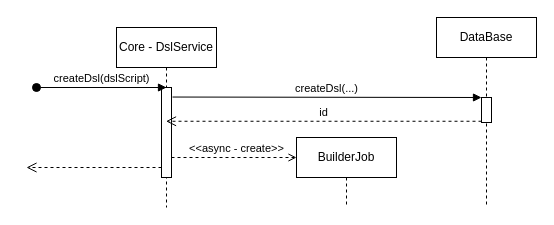
Tiegris/KonstrainR keeps this draw.io diagram as page "Copy of Page-2" (4 of 4) of doc/src/content/75_implementation/process.drawio. Above is the earlier version. Source tidied: cells renumbered, new cells numbered last; positions are measured from the earlier drawing's top-left corner, leaving out a move shared by most shapes. Both pictures are drawn from the tidied source at 100%, with x=0, y=0 at pixel (26, 17).
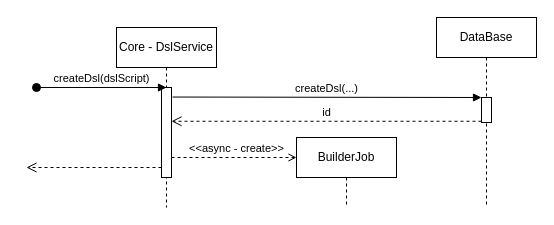
The same page after the edit.

The edit, as a diff of the source:
```diff
@@
 <mxGraphModel>
   <root>
     <mxCell id="0" />
     <mxCell id="1" parent="0" />
     <mxCell id="2" value="Core - DslService" style="shape=umlLifeline;perimeter=lifelinePerimeter;whiteSpace=wrap;html=1;outlineConnect=0;" parent="1" vertex="1">
       <mxGeometry x="90" y="10" width="100" height="180" as="geometry" />
     </mxCell>
     <mxCell id="3" style="html=1;points=[];perimeter=orthogonalPerimeter;" parent="2" vertex="1">
       <mxGeometry x="45" y="60" width="10" height="90" as="geometry" />
     </mxCell>
     <mxCell id="4" value="createDsl(dslScript)" style="html=1;verticalAlign=bottom;startArrow=oval;endArrow=block;startSize=8;" parent="2" edge="1">
       <mxGeometry relative="1" as="geometry">
         <mxPoint x="-80" y="60" as="sourcePoint" />
         <mxPoint x="50" y="60" as="targetPoint" />
       </mxGeometry>
     </mxCell>
     <mxCell id="5" value="DataBase" style="shape=umlLifeline;perimeter=lifelinePerimeter;whiteSpace=wrap;html=1;" parent="1" vertex="1">
       <mxGeometry x="410" width="100" height="190" as="geometry" />
     </mxCell>
     <mxCell id="6" style="html=1;points=[];perimeter=orthogonalPerimeter;" parent="5" vertex="1">
       <mxGeometry x="45" y="80" width="10" height="25" as="geometry" />
     </mxCell>
     <mxCell id="7" style="html=1;verticalAlign=bottom;labelBackgroundColor=none;endArrow=open;endFill=0;dashed=1;" parent="1" edge="1" source="3">
       <mxGeometry relative="1" as="geometry">
         <mxPoint x="270" y="140" as="targetPoint" />
       </mxGeometry>
     </mxCell>
     <mxCell id="8" value="&amp;lt;&amp;lt;async - create&amp;gt;&amp;gt;" style="edgeLabel;html=1;align=center;verticalAlign=middle;" parent="7" vertex="1">
       <mxGeometry x="0.45" relative="1" as="geometry">
         <mxPoint x="-27" y="-10" as="offset" />
       </mxGeometry>
     </mxCell>
     <mxCell id="9" value="BuilderJob" style="shape=umlLifeline;perimeter=lifelinePerimeter;whiteSpace=wrap;html=1;" parent="1" vertex="1">
       <mxGeometry x="270" y="120" width="100" height="70" as="geometry" />
     </mxCell>
     <mxCell id="10" value="createDsl(...)" style="html=1;verticalAlign=bottom;endArrow=block;entryX=0;entryY=0;exitX=1.104;exitY=0.106;exitDx=0;exitDy=0;exitPerimeter=0;" parent="1" edge="1" source="3" target="6">
       <mxGeometry relative="1" as="geometry" />
     </mxCell>
-    <mxCell id="11" value="id" style="html=1;verticalAlign=bottom;endArrow=open;dashed=1;endSize=8;exitX=0;exitY=0.95;" parent="1" edge="1" source="6" target="2">
+    <mxCell id="11" value="id" style="html=1;verticalAlign=bottom;endArrow=open;dashed=1;endSize=8;exitX=0;exitY=0.95;" parent="1" edge="1" source="6" target="3">
       <mxGeometry relative="1" as="geometry" />
     </mxCell>
     <mxCell id="12" style="html=1;verticalAlign=bottom;endArrow=open;dashed=1;endSize=8;" parent="1" edge="1" source="3">
       <mxGeometry x="-0.14" y="-10" relative="1" as="geometry">
         <mxPoint y="150" as="targetPoint" />
       </mxGeometry>
     </mxCell>
   </root>
 </mxGraphModel>
```
